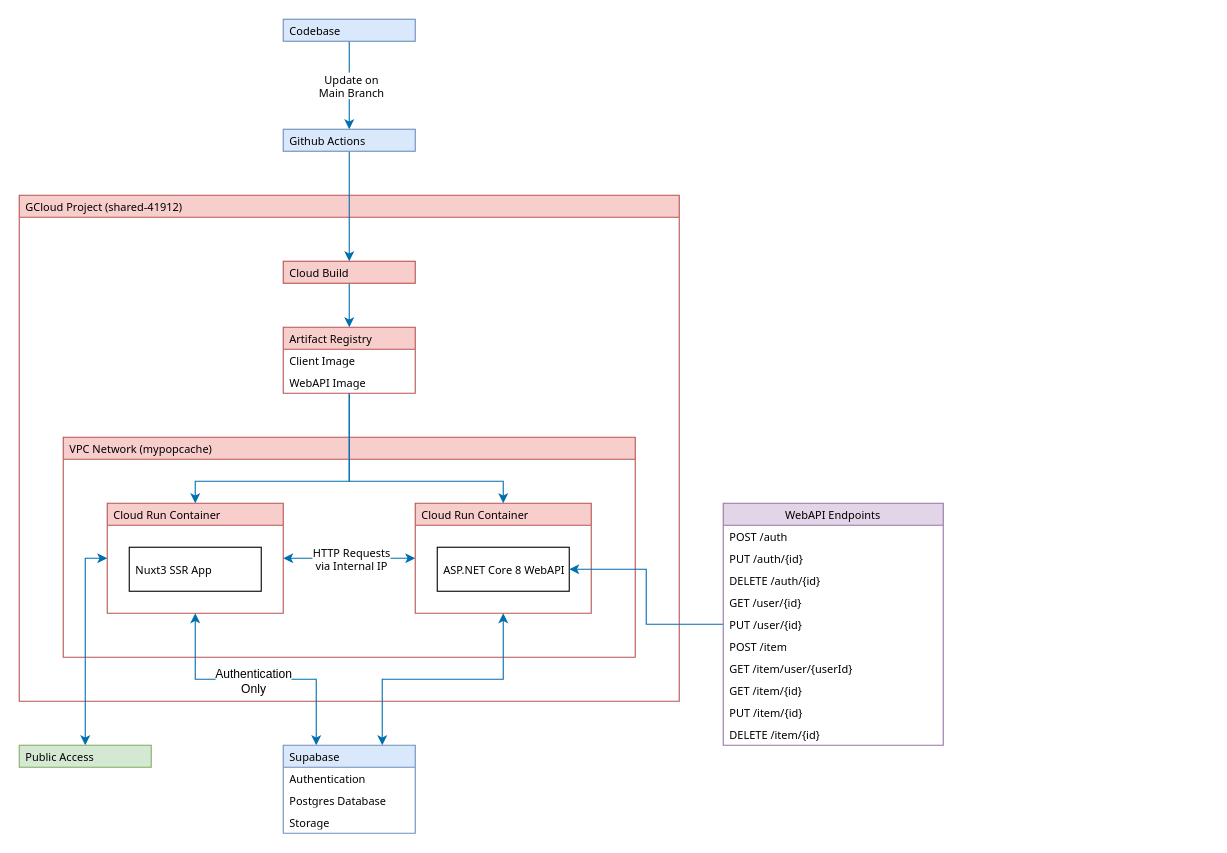
This is Infrastructure.drawio from hs-wolf/mypopcache, a draw.io file, before an edit. Source tidied: cells renumbered, new cells numbered last; positions are measured from the earlier drawing's top-left corner, leaving out a move shared by most shapes. Both pictures are drawn from the tidied source at 110%, with x=0, y=0 at pixel (19, 19).
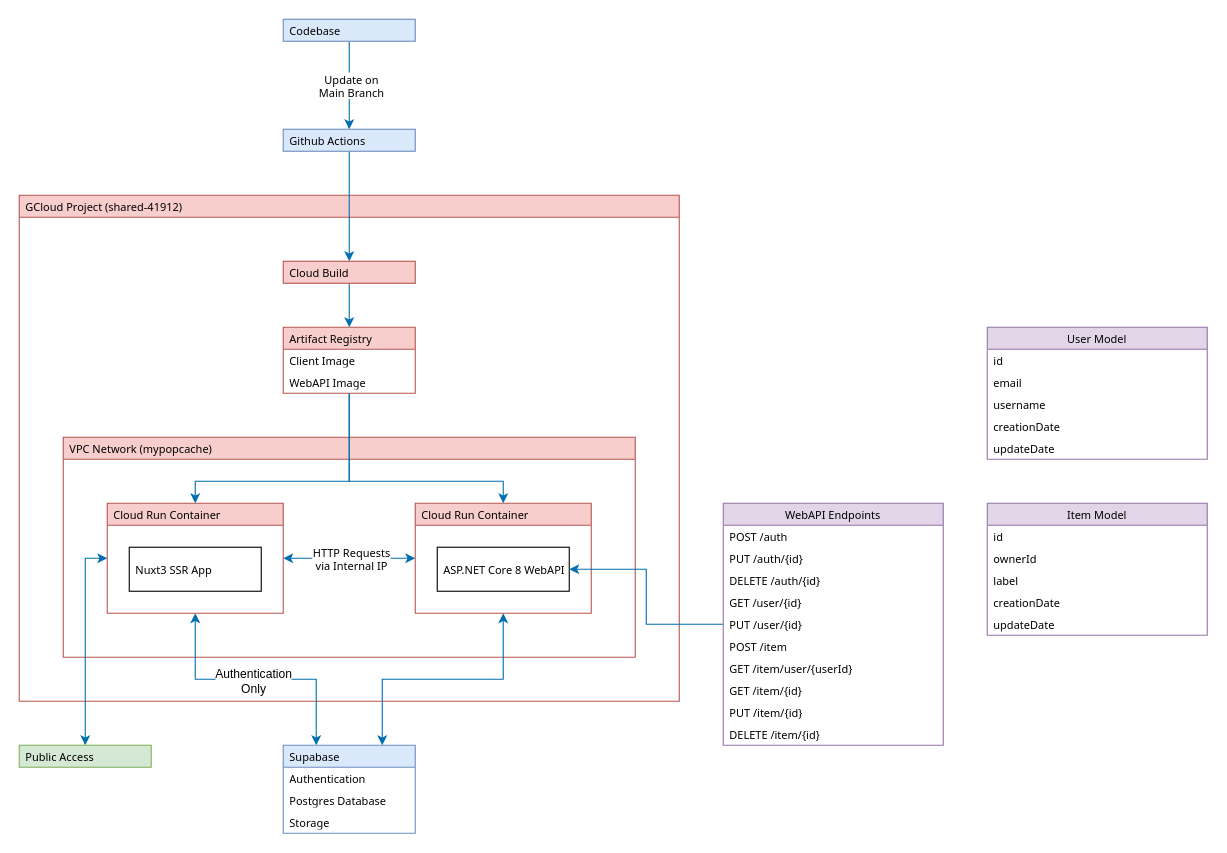
The same page after the edit.

What changed in the source:
```diff
@@
+    <mxCell id="42" value="User Model" style="swimlane;fontStyle=0;horizontal=1;startSize=20;whiteSpace=wrap;html=1;fillColor=#e1d5e7;strokeColor=#9673a6;fontFamily=Tahoma;fontSize=10;" parent="1" vertex="1">
+      <mxGeometry x="880" y="280" width="200" height="120" as="geometry" />
+    </mxCell>
+    <mxCell id="43" value="id" style="text;strokeColor=none;fillColor=none;align=left;verticalAlign=middle;spacingLeft=4;spacingRight=4;overflow=hidden;whiteSpace=wrap;html=1;fontFamily=Tahoma;fontSize=10;" parent="42" vertex="1">
+      <mxGeometry y="20" width="200" height="20" as="geometry" />
+    </mxCell>
+    <mxCell id="44" value="email" style="text;strokeColor=none;fillColor=none;align=left;verticalAlign=middle;spacingLeft=4;spacingRight=4;overflow=hidden;whiteSpace=wrap;html=1;fontFamily=Tahoma;fontSize=10;" parent="42" vertex="1">
+      <mxGeometry y="40" width="200" height="20" as="geometry" />
+    </mxCell>
+    <mxCell id="45" value="username" style="text;strokeColor=none;fillColor=none;align=left;verticalAlign=middle;spacingLeft=4;spacingRight=4;overflow=hidden;whiteSpace=wrap;html=1;fontFamily=Tahoma;fontSize=10;" parent="42" vertex="1">
+      <mxGeometry y="60" width="200" height="20" as="geometry" />
+    </mxCell>
+    <mxCell id="46" value="creationDate" style="text;strokeColor=none;fillColor=none;align=left;verticalAlign=middle;spacingLeft=4;spacingRight=4;overflow=hidden;whiteSpace=wrap;html=1;fontFamily=Tahoma;fontSize=10;" parent="42" vertex="1">
+      <mxGeometry y="80" width="200" height="20" as="geometry" />
+    </mxCell>
+    <mxCell id="47" value="updateDate" style="text;strokeColor=none;fillColor=none;align=left;verticalAlign=middle;spacingLeft=4;spacingRight=4;overflow=hidden;whiteSpace=wrap;html=1;fontFamily=Tahoma;fontSize=10;" parent="42" vertex="1">
+      <mxGeometry y="100" width="200" height="20" as="geometry" />
+    </mxCell>
+    <mxCell id="48" value="Item Model" style="swimlane;fontStyle=0;horizontal=1;startSize=20;whiteSpace=wrap;html=1;fillColor=#e1d5e7;strokeColor=#9673a6;fontFamily=Tahoma;fontSize=10;" parent="1" vertex="1">
+      <mxGeometry x="880" y="440" width="200" height="120" as="geometry" />
+    </mxCell>
+    <mxCell id="49" value="id" style="text;strokeColor=none;fillColor=none;align=left;verticalAlign=middle;spacingLeft=4;spacingRight=4;overflow=hidden;whiteSpace=wrap;html=1;fontFamily=Tahoma;fontSize=10;" parent="48" vertex="1">
+      <mxGeometry y="20" width="200" height="20" as="geometry" />
+    </mxCell>
+    <mxCell id="50" value="ownerId" style="text;strokeColor=none;fillColor=none;align=left;verticalAlign=middle;spacingLeft=4;spacingRight=4;overflow=hidden;whiteSpace=wrap;html=1;fontFamily=Tahoma;fontSize=10;" parent="48" vertex="1">
+      <mxGeometry y="40" width="200" height="20" as="geometry" />
+    </mxCell>
+    <mxCell id="51" value="label" style="text;strokeColor=none;fillColor=none;align=left;verticalAlign=middle;spacingLeft=4;spacingRight=4;overflow=hidden;whiteSpace=wrap;html=1;fontFamily=Tahoma;fontSize=10;" parent="48" vertex="1">
+      <mxGeometry y="60" width="200" height="20" as="geometry" />
+    </mxCell>
+    <mxCell id="52" value="creationDate" style="text;strokeColor=none;fillColor=none;align=left;verticalAlign=middle;spacingLeft=4;spacingRight=4;overflow=hidden;whiteSpace=wrap;html=1;fontFamily=Tahoma;fontSize=10;" parent="48" vertex="1">
+      <mxGeometry y="80" width="200" height="20" as="geometry" />
+    </mxCell>
+    <mxCell id="53" value="updateDate" style="text;strokeColor=none;fillColor=none;align=left;verticalAlign=middle;spacingLeft=4;spacingRight=4;overflow=hidden;whiteSpace=wrap;html=1;fontFamily=Tahoma;fontSize=10;" parent="48" vertex="1">
+      <mxGeometry y="100" width="200" height="20" as="geometry" />
+    </mxCell>
```
